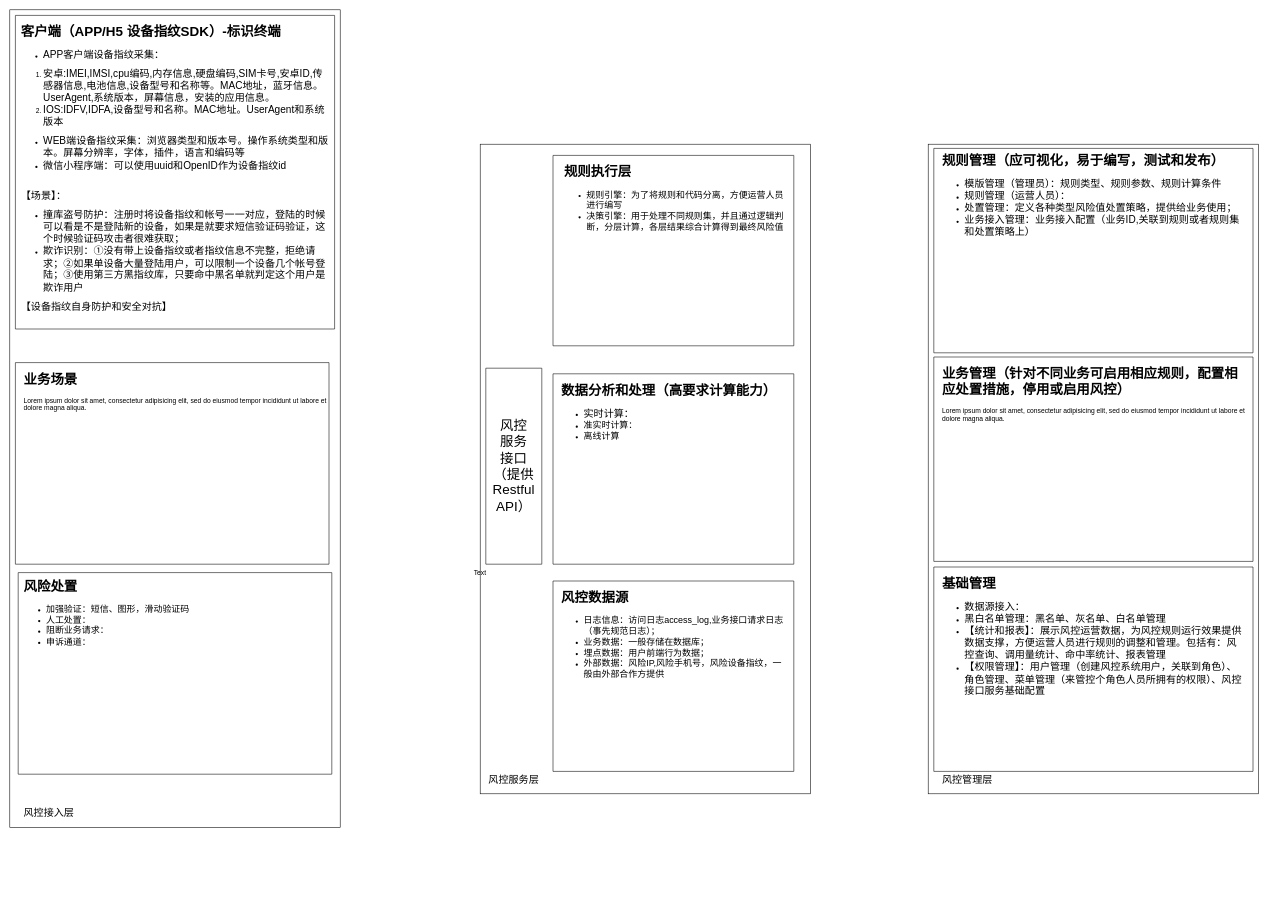
Before: page "第 1 页" (1 of 2) of 未命名绘图.drawio in kimi-sxh/process_pic, a draw.io diagram. Source tidied: cells renumbered, new cells numbered last; positions are measured from the earlier drawing's top-left corner, leaving out a move shared by most shapes. Both pictures are drawn from the tidied source at 56%, with x=0, y=0 at pixel (10, 10).
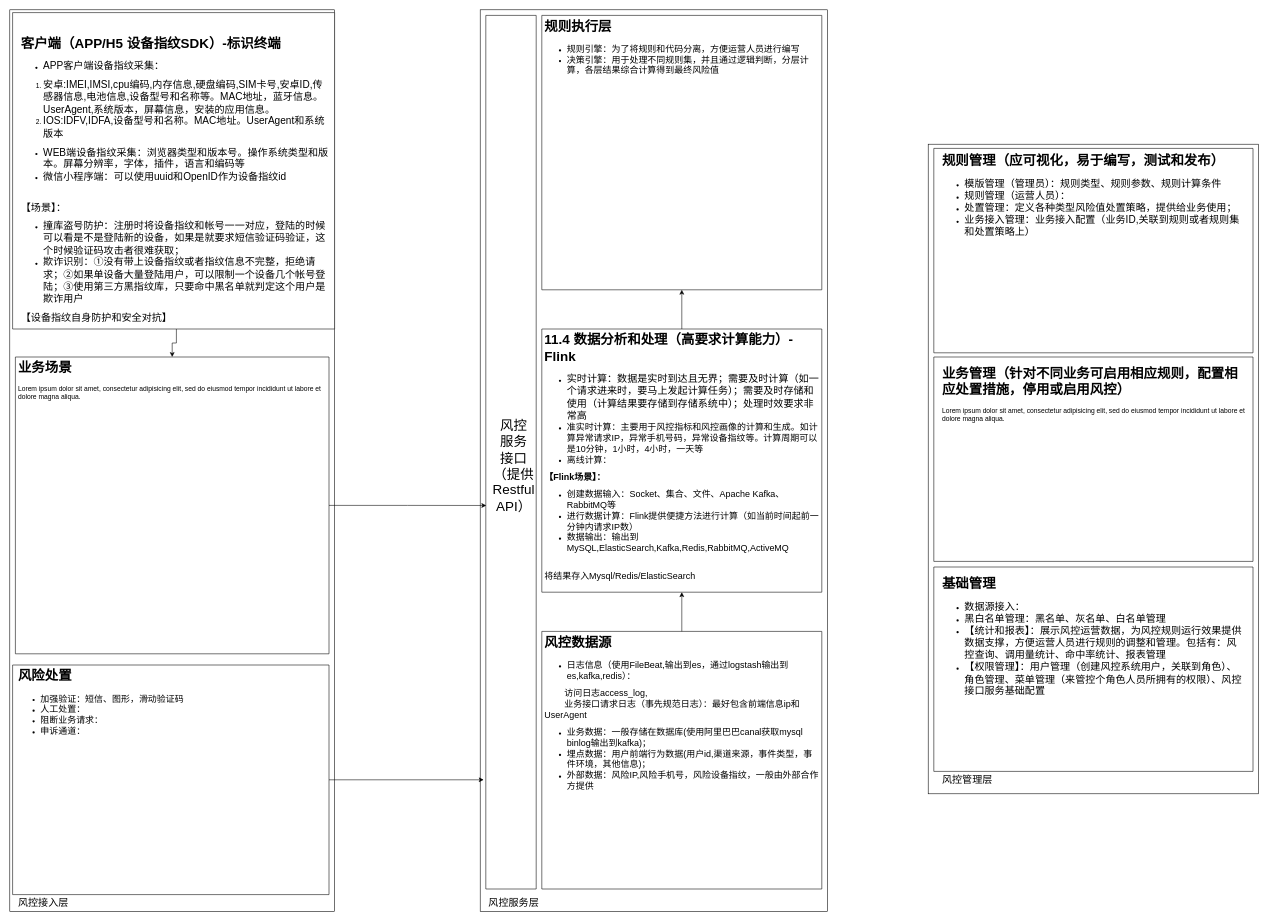
After the change.

Commit message:
《互联网安全风控系统介绍》11.4 数据分析和计算.drawio

What changed in the source:
```diff
@@
     <mxCell id="2" style="rounded=0;whiteSpace=wrap;html=1;" parent="1" vertex="1">
-      <mxGeometry width="590" height="1460" as="geometry" />
+      <mxGeometry width="580" height="1610" as="geometry" />
     </mxCell>
     <mxCell id="3" style="rounded=0;whiteSpace=wrap;html=1;" parent="1" vertex="1">
-      <mxGeometry x="840" y="240" width="590" height="1160" as="geometry" />
+      <mxGeometry x="840" width="620" height="1610" as="geometry" />
     </mxCell>
@@
     <mxCell id="5" value="&lt;span style=&quot;font-size: 18px;&quot;&gt;风控接入层&lt;/span&gt;" style="text;html=1;strokeColor=none;fillColor=none;align=center;verticalAlign=middle;whiteSpace=wrap;rounded=0;" parent="1" vertex="1">
-      <mxGeometry x="10" y="1420" width="120" height="30" as="geometry" />
+      <mxGeometry y="1580" width="120" height="30" as="geometry" />
     </mxCell>
@@
     <mxCell id="7" value="&lt;span style=&quot;font-size: 18px;&quot;&gt;风控服务层&lt;/span&gt;" style="text;html=1;strokeColor=none;fillColor=none;align=center;verticalAlign=middle;whiteSpace=wrap;rounded=0;" parent="1" vertex="1">
-      <mxGeometry x="840" y="1360" width="120" height="30" as="geometry" />
+      <mxGeometry x="840" y="1580" width="120" height="30" as="geometry" />
     </mxCell>
     <mxCell id="8" style="verticalLabelPosition=bottom;verticalAlign=top;html=1;shape=mxgraph.basic.rect;fillColor2=none;strokeWidth=1;size=20;indent=5;" parent="1" vertex="1">
-      <mxGeometry x="850" y="640" width="100" height="350" as="geometry" />
+      <mxGeometry x="850" y="10" width="90" height="1560" as="geometry" />
     </mxCell>
-    <mxCell id="9" value="Text" style="text;html=1;strokeColor=none;fillColor=none;align=center;verticalAlign=middle;whiteSpace=wrap;rounded=0;" parent="1" vertex="1">
-      <mxGeometry x="810" y="990" width="60" height="30" as="geometry" />
-    </mxCell>
@@
     <mxCell id="11" style="verticalLabelPosition=bottom;verticalAlign=top;html=1;shape=mxgraph.basic.rect;fillColor2=none;strokeWidth=1;size=20;indent=5;" parent="1" vertex="1">
-      <mxGeometry x="970" y="1020" width="430" height="340" as="geometry" />
+      <mxGeometry x="950" y="1110" width="500" height="460" as="geometry" />
     </mxCell>
+    <mxCell id="29" style="edgeStyle=orthogonalEdgeStyle;rounded=0;jettySize=auto;html=1;exitX=0.5;exitY=0;exitDx=0;exitDy=0;entryX=0.5;entryY=1;entryDx=0;entryDy=0;" parent="1" edge="1" source="12" target="14">
+      <mxGeometry relative="1" as="geometry" />
+    </mxCell>
-    <mxCell id="12" value="&lt;h1&gt;风控数据源&lt;/h1&gt;&lt;p&gt;&lt;/p&gt;&lt;ul&gt;&lt;li&gt;&lt;font size=&quot;3&quot;&gt;日志信息：访问日志access_log,业务接口请求日志（事先规范日志）；&lt;/font&gt;&lt;/li&gt;&lt;li&gt;&lt;font size=&quot;3&quot;&gt;业务数据：一般存储在数据库；&lt;/font&gt;&lt;/li&gt;&lt;li&gt;&lt;font size=&quot;3&quot;&gt;埋点数据：用户前端行为数据；&lt;/font&gt;&lt;/li&gt;&lt;li&gt;&lt;font size=&quot;3&quot;&gt;外部数据：风险IP,风险手机号，风险设备指纹，一般由外部合作方提供&lt;/font&gt;&lt;/li&gt;&lt;/ul&gt;&lt;p&gt;&lt;/p&gt;&lt;p&gt;&lt;font size=&quot;3&quot;&gt;&lt;br&gt;&lt;/font&gt;&lt;/p&gt;" style="text;html=1;strokeColor=none;fillColor=none;spacing=5;spacingTop=-20;whiteSpace=wrap;overflow=hidden;rounded=0;" parent="1" vertex="1">
-      <mxGeometry x="980" y="1030" width="410" height="310" as="geometry" />
+    <mxCell id="12" value="&lt;h1&gt;风控数据源&lt;/h1&gt;&lt;p&gt;&lt;/p&gt;&lt;ul&gt;&lt;li&gt;&lt;font size=&quot;3&quot;&gt;日志信息（使用FileBeat,输出到es，通过logstash输出到es,kafka,redis）：&lt;/font&gt;&lt;/li&gt;&lt;/ul&gt;&lt;span style=&quot;font-size: medium; background-color: initial;&quot;&gt;&lt;span style=&quot;white-space: pre;&quot;&gt;&#9;&lt;/span&gt;访问日志access_log,&lt;/span&gt;&lt;br&gt;&lt;span style=&quot;font-size: medium; background-color: initial;&quot;&gt;&lt;span style=&quot;white-space: pre;&quot;&gt;&#9;&lt;/span&gt;业务接口请求日志（事先规范日志）：最好包含前端信息ip和UserAgent&lt;/span&gt;&lt;br&gt;&lt;ul&gt;&lt;li&gt;&lt;font size=&quot;3&quot;&gt;业务数据：一般存储在数据库(使用阿里巴巴canal获取mysql binlog输出到kafka)；&lt;/font&gt;&lt;/li&gt;&lt;li&gt;&lt;font size=&quot;3&quot;&gt;埋点数据：用户前端行为数据(用户id,渠道来源，事件类型，事件环境，其他信息)；&lt;/font&gt;&lt;/li&gt;&lt;li&gt;&lt;font size=&quot;3&quot;&gt;外部数据：风险IP,风险手机号，风险设备指纹，一般由外部合作方提供&lt;/font&gt;&lt;/li&gt;&lt;/ul&gt;&lt;p&gt;&lt;/p&gt;&lt;p&gt;&lt;font size=&quot;3&quot;&gt;&lt;br&gt;&lt;/font&gt;&lt;/p&gt;" style="text;html=1;strokeColor=none;fillColor=none;spacing=5;spacingTop=-20;whiteSpace=wrap;overflow=hidden;rounded=0;" parent="1" vertex="1">
+      <mxGeometry x="950" y="1110" width="500" height="460" as="geometry" />
     </mxCell>
     <mxCell id="13" style="verticalLabelPosition=bottom;verticalAlign=top;html=1;shape=mxgraph.basic.rect;fillColor2=none;strokeWidth=1;size=20;indent=5;" parent="1" vertex="1">
-      <mxGeometry x="970" y="650" width="430" height="340" as="geometry" />
+      <mxGeometry x="950" y="570" width="500" height="470" as="geometry" />
     </mxCell>
+    <mxCell id="30" style="edgeStyle=orthogonalEdgeStyle;rounded=0;jettySize=auto;html=1;exitX=0.5;exitY=0;exitDx=0;exitDy=0;entryX=0.5;entryY=1;entryDx=0;entryDy=0;" parent="1" edge="1" source="14" target="16">
+      <mxGeometry relative="1" as="geometry" />
+    </mxCell>
-    <mxCell id="14" value="&lt;h1&gt;数据分析和处理（高要求计算能力）&lt;/h1&gt;&lt;p&gt;&lt;/p&gt;&lt;ul&gt;&lt;li&gt;&lt;font style=&quot;font-size: 18px;&quot;&gt;实时计算：&lt;/font&gt;&lt;/li&gt;&lt;li&gt;&lt;font size=&quot;3&quot;&gt;准实时计算：&lt;/font&gt;&lt;/li&gt;&lt;li&gt;&lt;font size=&quot;3&quot;&gt;离线计算&lt;/font&gt;&lt;/li&gt;&lt;/ul&gt;&lt;p&gt;&lt;/p&gt;" style="text;html=1;strokeColor=none;fillColor=none;spacing=5;spacingTop=-20;whiteSpace=wrap;overflow=hidden;rounded=0;" parent="1" vertex="1">
-      <mxGeometry x="980" y="660" width="410" height="320" as="geometry" />
+    <mxCell id="14" value="&lt;h1&gt;11.4 数据分析和处理（高要求计算能力）-Flink&lt;/h1&gt;&lt;p&gt;&lt;/p&gt;&lt;ul&gt;&lt;li&gt;&lt;font style=&quot;font-size: 18px;&quot;&gt;实时计算：数据是实时到达且无界；需要及时计算（如一个请求进来时，要马上发起计算任务）；需要及时存储和使用（计算结果要存储到存储系统中）；处理时效要求非常高&lt;/font&gt;&lt;/li&gt;&lt;li&gt;&lt;font size=&quot;3&quot;&gt;准实时计算：主要用于风控指标和风控画像的计算和生成。如计算异常请求IP，异常手机号码，异常设备指纹等。计算周期可以是10分钟，1小时，4小时，一天等&lt;/font&gt;&lt;/li&gt;&lt;li&gt;&lt;font size=&quot;3&quot;&gt;离线计算：&lt;/font&gt;&lt;/li&gt;&lt;/ul&gt;&lt;div&gt;&lt;font size=&quot;3&quot;&gt;&lt;b&gt;【Flink场景】：&lt;/b&gt;&lt;/font&gt;&lt;/div&gt;&lt;div&gt;&lt;ul&gt;&lt;li&gt;&lt;font size=&quot;3&quot;&gt;创建数据输入：Socket、集合、文件、Apache Kafka、RabbitMQ等&lt;/font&gt;&lt;/li&gt;&lt;li&gt;&lt;font size=&quot;3&quot;&gt;进行数据计算：Flink提供便捷方法进行计算（如当前时间起前一分钟内请求IP数）&lt;/font&gt;&lt;/li&gt;&lt;li&gt;&lt;font size=&quot;3&quot;&gt;数据输出：输出到MySQL,ElasticSearch,Kafka,Redis,RabbitMQ,ActiveMQ&lt;/font&gt;&lt;/li&gt;&lt;/ul&gt;&lt;/div&gt;&lt;div&gt;&lt;font size=&quot;3&quot;&gt;&lt;br&gt;&lt;/font&gt;&lt;/div&gt;&lt;div&gt;&lt;font size=&quot;3&quot;&gt;将结果存入Mysql/Redis/ElasticSearch&lt;/font&gt;&lt;/div&gt;&lt;p&gt;&lt;/p&gt;" style="text;html=1;strokeColor=none;fillColor=none;spacing=5;spacingTop=-20;whiteSpace=wrap;overflow=hidden;rounded=0;" parent="1" vertex="1">
+      <mxGeometry x="950" y="570" width="500" height="470" as="geometry" />
     </mxCell>
     <mxCell id="15" style="verticalLabelPosition=bottom;verticalAlign=top;html=1;shape=mxgraph.basic.rect;fillColor2=none;strokeWidth=1;size=20;indent=5;" parent="1" vertex="1">
-      <mxGeometry x="970" y="260" width="430" height="340" as="geometry" />
+      <mxGeometry x="950" y="10" width="500" height="490" as="geometry" />
     </mxCell>
     <mxCell id="16" value="&lt;h1&gt;规则执行层&lt;/h1&gt;&lt;p&gt;&lt;/p&gt;&lt;ul&gt;&lt;li&gt;&lt;font size=&quot;3&quot;&gt;规则引擎：为了将规则和代码分离，方便运营人员进行编写&lt;/font&gt;&lt;/li&gt;&lt;li&gt;&lt;font size=&quot;3&quot;&gt;决策引擎：用于处理不同规则集，并且通过逻辑判断，分层计算，各层结果综合计算得到最终风险值&lt;/font&gt;&lt;/li&gt;&lt;/ul&gt;&lt;p&gt;&lt;/p&gt;" style="text;html=1;strokeColor=none;fillColor=none;spacing=5;spacingTop=-20;whiteSpace=wrap;overflow=hidden;rounded=0;" parent="1" vertex="1">
-      <mxGeometry x="985" y="270" width="400" height="310" as="geometry" />
+      <mxGeometry x="950" y="10" width="500" height="490" as="geometry" />
     </mxCell>
     <mxCell id="17" style="verticalLabelPosition=bottom;verticalAlign=top;html=1;shape=mxgraph.basic.rect;fillColor2=none;strokeWidth=1;size=20;indent=5;" parent="1" vertex="1">
-      <mxGeometry x="10" y="10" width="570" height="560" as="geometry" />
+      <mxGeometry x="5" y="5" width="575" height="565" as="geometry" />
     </mxCell>
+    <mxCell id="31" style="edgeStyle=orthogonalEdgeStyle;rounded=0;jettySize=auto;html=1;exitX=0.5;exitY=1;exitDx=0;exitDy=0;entryX=0.5;entryY=0;entryDx=0;entryDy=0;" parent="1" edge="1" source="18" target="21">
+      <mxGeometry relative="1" as="geometry" />
+    </mxCell>
     <mxCell id="18" value="&lt;h1&gt;客户端（APP/H5 设备指纹SDK）-标识终端&lt;/h1&gt;&lt;p&gt;&lt;/p&gt;&lt;ul&gt;&lt;li&gt;&lt;font style=&quot;font-size: 18px;&quot;&gt;APP客户端设备指纹采集：&lt;/font&gt;&lt;/li&gt;&lt;/ul&gt;&lt;ol&gt;&lt;li&gt;&lt;span style=&quot;font-size: 18px;&quot;&gt;安卓:IMEI,IMSI,cpu编码,内存信息,硬盘编码,SIM卡号,安卓ID,传感器信息,电池信息,设备型号和名称等。MAC地址，蓝牙信息。UserAgent,系统版本，屏幕信息，安装的应用信息。&lt;/span&gt;&lt;/li&gt;&lt;li&gt;&lt;span style=&quot;font-size: 18px;&quot;&gt;IOS:IDFV,IDFA,设备型号和名称。MAC地址。UserAgent和系统版本&lt;/span&gt;&lt;/li&gt;&lt;/ol&gt;&lt;ul&gt;&lt;li&gt;&lt;font style=&quot;font-size: 18px;&quot;&gt;WEB端设备指纹采集：浏览器类型和版本号。操作系统类型和版本。屏幕分辨率，字体，插件，语言和编码等&lt;/font&gt;&lt;/li&gt;&lt;li&gt;&lt;font style=&quot;font-size: 18px;&quot;&gt;微信小程序端：可以使用uuid和OpenID作为设备指纹id&lt;/font&gt;&lt;/li&gt;&lt;/ul&gt;&lt;div&gt;&lt;span style=&quot;font-size: 18px;&quot;&gt;&lt;br&gt;&lt;/span&gt;&lt;/div&gt;&lt;div&gt;&lt;span style=&quot;font-size: 18px;&quot;&gt;【场景】：&lt;/span&gt;&lt;/div&gt;&lt;div&gt;&lt;ul&gt;&lt;li&gt;&lt;span style=&quot;font-size: 18px;&quot;&gt;撞库盗号防护：注册时将设备指纹和帐号一一对应，登陆的时候可以看是不是登陆新的设备，如果是就要求短信验证码验证，这个时候验证码攻击者很难获取；&lt;/span&gt;&lt;/li&gt;&lt;li&gt;&lt;span style=&quot;font-size: 18px;&quot;&gt;欺诈识别：①没有带上设备指纹或者指纹信息不完整，拒绝请求；②如果单设备大量登陆用户，可以限制一个设备几个帐号登陆；③使用第三方黑指纹库，只要命中黑名单就判定这个用户是欺诈用户&lt;/span&gt;&lt;/li&gt;&lt;/ul&gt;&lt;/div&gt;&lt;p&gt;&lt;/p&gt;&lt;p&gt;&lt;font style=&quot;font-size: 18px;&quot;&gt;【设备指纹自身防护和安全&lt;/font&gt;&lt;span style=&quot;font-size: 18px; background-color: initial;&quot;&gt;对抗】&lt;/span&gt;&lt;/p&gt;" style="text;html=1;strokeColor=none;fillColor=none;spacing=5;spacingTop=-20;whiteSpace=wrap;overflow=hidden;rounded=0;" parent="1" vertex="1">
-      <mxGeometry x="15" y="20" width="560" height="540" as="geometry" />
+      <mxGeometry x="15" y="40" width="565" height="530" as="geometry" />
     </mxCell>
     <mxCell id="19" style="verticalLabelPosition=bottom;verticalAlign=top;html=1;shape=mxgraph.basic.rect;fillColor2=none;strokeWidth=1;size=20;indent=5;" parent="1" vertex="1">
-      <mxGeometry x="10" y="630" width="560" height="360" as="geometry" />
+      <mxGeometry x="10" y="620" width="560" height="530" as="geometry" />
     </mxCell>
     <mxCell id="20" style="verticalLabelPosition=bottom;verticalAlign=top;html=1;shape=mxgraph.basic.rect;fillColor2=none;strokeWidth=1;size=20;indent=5;" parent="1" vertex="1">
-      <mxGeometry x="15" y="1005" width="560" height="360" as="geometry" />
+      <mxGeometry x="5" y="1170" width="565" height="410" as="geometry" />
     </mxCell>
     <mxCell id="21" value="&lt;h1&gt;业务场景&lt;/h1&gt;&lt;p&gt;Lorem ipsum dolor sit amet, consectetur adipisicing elit, sed do eiusmod tempor incididunt ut labore et dolore magna aliqua.&lt;/p&gt;" style="text;html=1;strokeColor=none;fillColor=none;spacing=5;spacingTop=-20;whiteSpace=wrap;overflow=hidden;rounded=0;" parent="1" vertex="1">
-      <mxGeometry x="20" y="640" width="550" height="340" as="geometry" />
+      <mxGeometry x="10" y="620" width="560" height="530" as="geometry" />
     </mxCell>
     <mxCell id="22" value="&lt;h1&gt;风险处置&lt;/h1&gt;&lt;p&gt;&lt;/p&gt;&lt;ul&gt;&lt;li&gt;&lt;font size=&quot;3&quot;&gt;加强验证：短信、图形，滑动验证码&lt;/font&gt;&lt;/li&gt;&lt;li&gt;&lt;font size=&quot;3&quot;&gt;人工处置：&lt;/font&gt;&lt;/li&gt;&lt;li&gt;&lt;font size=&quot;3&quot;&gt;阻断业务请求：&lt;/font&gt;&lt;/li&gt;&lt;li&gt;&lt;font size=&quot;3&quot;&gt;申诉通道：&lt;/font&gt;&lt;/li&gt;&lt;/ul&gt;&lt;p&gt;&lt;/p&gt;" style="text;html=1;strokeColor=none;fillColor=none;spacing=5;spacingTop=-20;whiteSpace=wrap;overflow=hidden;rounded=0;" parent="1" vertex="1">
-      <mxGeometry x="20" y="1010" width="550" height="350" as="geometry" />
+      <mxGeometry x="10" y="1170" width="560" height="410" as="geometry" />
     </mxCell>
@@
+    <mxCell id="32" style="edgeStyle=orthogonalEdgeStyle;rounded=0;jettySize=auto;html=1;exitX=1;exitY=0.5;exitDx=0;exitDy=0;entryX=0.009;entryY=0.561;entryDx=0;entryDy=0;entryPerimeter=0;" parent="1" edge="1" source="21" target="8">
+      <mxGeometry relative="1" as="geometry" />
+    </mxCell>
+    <mxCell id="33" style="edgeStyle=orthogonalEdgeStyle;rounded=0;jettySize=auto;html=1;exitX=1;exitY=0.5;exitDx=0;exitDy=0;entryX=-0.042;entryY=0.875;entryDx=0;entryDy=0;entryPerimeter=0;" parent="1" edge="1" source="22" target="8">
+      <mxGeometry relative="1" as="geometry" />
+    </mxCell>
```
